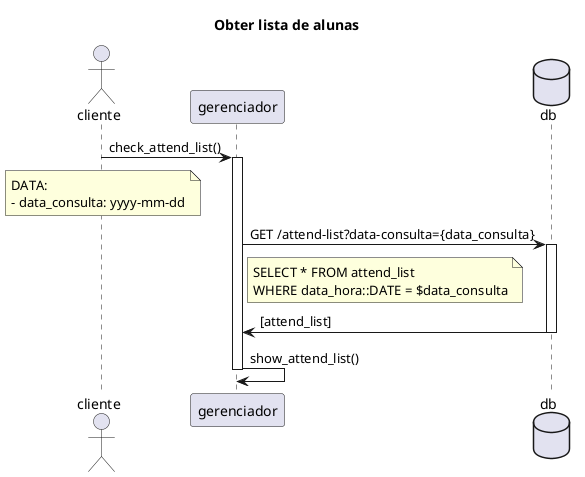
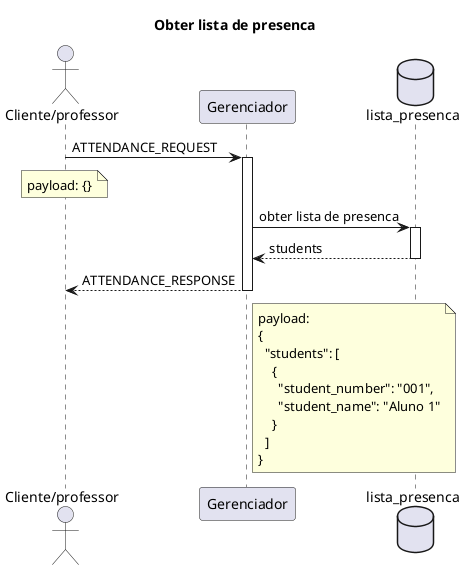
@startuml

- title Obter lista de alunas
+ title Obter lista de presenca

- actor cliente
- participant gerenciador
- database db
+ actor "Cliente/professor" as teacher_client
+ participant "Gerenciador" as manager
+ database "lista_presenca" as attendance_list

- cliente -> gerenciador : check_attend_list()
- activate gerenciador
- note over cliente
-   DATA:
-   - data_consulta: yyyy-mm-dd
+ teacher_client -> manager : ATTENDANCE_REQUEST
+ activate manager
+ note over teacher_client
+   payload: {}
end note

- gerenciador -> db : GET /attend-list?data-consulta={data_consulta}
- activate db
- note right of gerenciador
-   SELECT * FROM attend_list
-   WHERE data_hora::DATE = $data_consulta
+ manager -> attendance_list : obter lista de presenca
+ activate attendance_list
+ attendance_list --> manager : students
+ deactivate attendance_list
+ 
+ manager --> teacher_client : ATTENDANCE_RESPONSE
+ note right of manager
+   payload:
+   {
+     "students": [
+       {
+         "student_number": "001",
+         "student_name": "Aluno 1"
+       }
+     ]
+   }
end note

- gerenciador <- db : [attend_list]
- deactivate db
+ deactivate manager

- gerenciador -> gerenciador : show_attend_list()
- deactivate gerenciador
- 
- 
- @enduml+ @enduml
